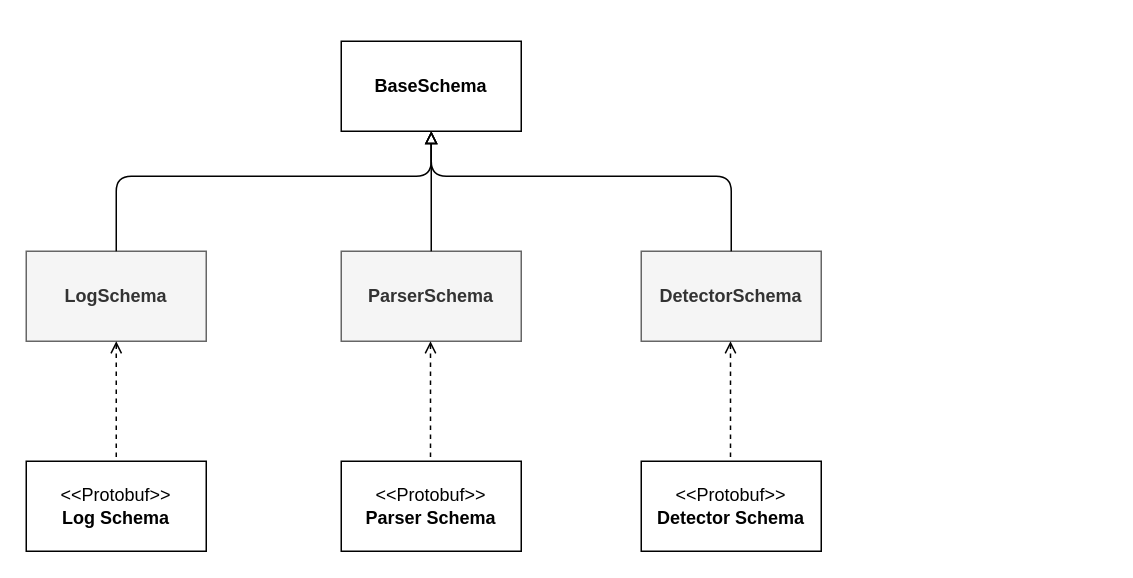
Earlier version of the draw.io diagram page "schema_uml" (1 of 3) of docs/diagrams.drawio (ait-detectmate/DetectMateLibrary). Source tidied: cells renumbered, new cells numbered last; positions are measured from the earlier drawing's top-left corner, leaving out a move shared by most shapes. Both pictures are drawn from the tidied source at 150%, with x=0, y=0 at pixel (26, 40).
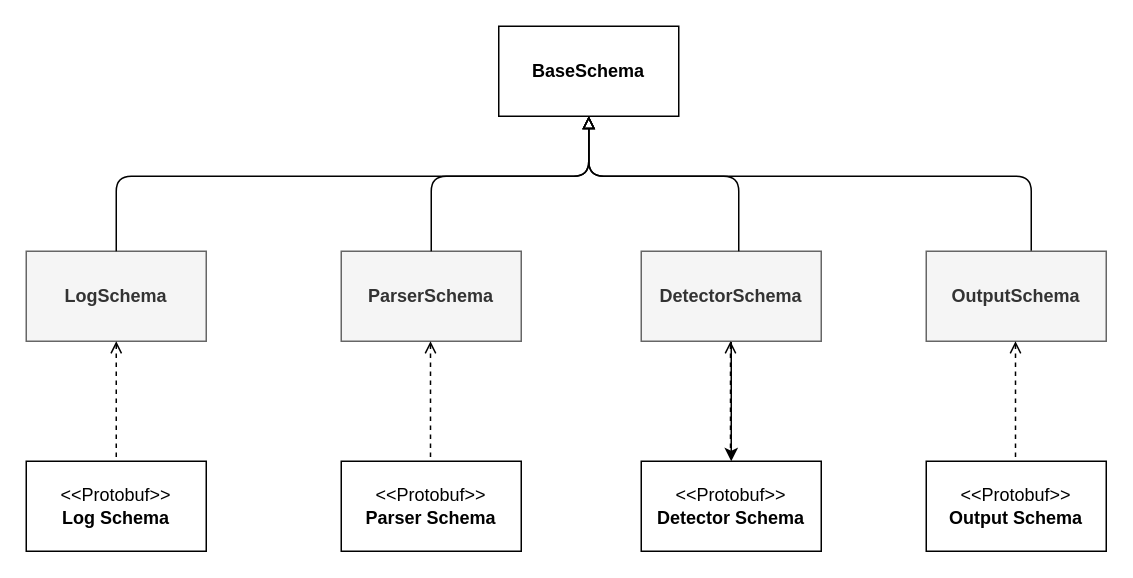
After the change.

The change refers to these unchanged cells:
```xml
<mxCell id="3" value="&lt;b&gt;LogSchema&lt;/b&gt;" style="rounded=0;whiteSpace=wrap;html=1;fillColor=#f5f5f5;fontColor=#333333;strokeColor=#666666;" parent="1" vertex="1">
  <mxGeometry y="140" width="120" height="60" as="geometry" />
</mxCell>
<mxCell id="4" value="&lt;b&gt;ParserSchema&lt;/b&gt;" style="rounded=0;whiteSpace=wrap;html=1;fillColor=#f5f5f5;fontColor=#333333;strokeColor=#666666;" parent="1" vertex="1">
  <mxGeometry x="210" y="140" width="120" height="60" as="geometry" />
</mxCell>
<mxCell id="5" value="&lt;b&gt;DetectorSchema&lt;/b&gt;" style="rounded=0;whiteSpace=wrap;html=1;fillColor=#f5f5f5;fontColor=#333333;strokeColor=#666666;" parent="1" vertex="1">
  <mxGeometry x="410" y="140" width="120" height="60" as="geometry" />
</mxCell>
<mxCell id="11" value="&amp;lt;&amp;lt;Protobuf&amp;gt;&amp;gt;&lt;div&gt;&lt;b&gt;Detector Schema&lt;/b&gt;&lt;/div&gt;" style="rounded=0;whiteSpace=wrap;html=1;" parent="1" vertex="1">
  <mxGeometry x="410" y="280" width="120" height="60" as="geometry" />
</mxCell>
```

The edit, as a diff of the source:
```diff
@@
     <mxCell id="2" value="&lt;b&gt;BaseSchema&lt;/b&gt;" style="rounded=0;whiteSpace=wrap;html=1;" parent="1" vertex="1">
-      <mxGeometry x="210" width="120" height="60" as="geometry" />
+      <mxGeometry x="315" y="-10" width="120" height="60" as="geometry" />
     </mxCell>
@@
+    <mxCell id="15" style="edgeStyle=none;html=1;" parent="1" edge="1" source="5" target="11">
+      <mxGeometry relative="1" as="geometry" />
+    </mxCell>
@@
     <mxCell id="6" style="endArrow=block;html=1;exitX=0.5;exitY=0;exitDx=0;exitDy=0;entryX=0.5;entryY=1;entryDx=0;entryDy=0;endFill=0;" parent="1" edge="1" source="3" target="2">
       <mxGeometry relative="1" as="geometry">
         <Array as="points">
           <mxPoint x="60" y="90" />
-          <mxPoint x="270" y="90" />
+          <mxPoint x="375" y="90" />
         </Array>
       </mxGeometry>
     </mxCell>
-    <mxCell id="7" style="endArrow=block;html=1;exitX=0.5;exitY=0;exitDx=0;exitDy=0;entryX=0.5;entryY=1;entryDx=0;entryDy=0;endFill=0;" parent="1" edge="1" source="5">
+    <mxCell id="7" style="endArrow=block;html=1;exitX=0.5;exitY=0;exitDx=0;exitDy=0;entryX=0.5;entryY=1;entryDx=0;entryDy=0;endFill=0;" parent="1" edge="1" target="2">
       <mxGeometry relative="1" as="geometry">
-        <mxPoint x="270" y="60" as="targetPoint" />
+        <mxPoint x="670" y="140" as="sourcePoint" />
         <Array as="points">
-          <mxPoint x="470" y="90" />
-          <mxPoint x="270" y="90" />
+          <mxPoint x="670" y="90" />
+          <mxPoint x="375" y="90" />
         </Array>
       </mxGeometry>
     </mxCell>
-    <mxCell id="8" style="endArrow=block;html=1;exitX=0.5;exitY=0;exitDx=0;exitDy=0;entryX=0.5;entryY=1;entryDx=0;entryDy=0;endFill=0;" parent="1" edge="1" source="4" target="2">
-      <mxGeometry relative="1" as="geometry" />
-    </mxCell>
@@
+    <mxCell id="16" value="&lt;b&gt;OutputSchema&lt;/b&gt;" style="rounded=0;whiteSpace=wrap;html=1;fillColor=#f5f5f5;fontColor=#333333;strokeColor=#666666;" parent="1" vertex="1">
+      <mxGeometry x="600" y="140" width="120" height="60" as="geometry" />
+    </mxCell>
+    <mxCell id="17" value="&amp;lt;&amp;lt;Protobuf&amp;gt;&amp;gt;&lt;div&gt;&lt;b&gt;Output Schema&lt;/b&gt;&lt;/div&gt;" style="rounded=0;whiteSpace=wrap;html=1;" parent="1" vertex="1">
+      <mxGeometry x="600" y="280" width="120" height="60" as="geometry" />
+    </mxCell>
+    <mxCell id="18" style="endArrow=none;html=1;exitX=0.5;exitY=1;exitDx=0;exitDy=0;entryX=0.5;entryY=0;entryDx=0;entryDy=0;endFill=0;startArrow=open;startFill=0;dashed=1;" parent="1" edge="1">
+      <mxGeometry relative="1" as="geometry">
+        <mxPoint x="659.5" y="200" as="sourcePoint" />
+        <mxPoint x="659.5" y="280" as="targetPoint" />
+      </mxGeometry>
+    </mxCell>
+    <mxCell id="19" style="endArrow=block;html=1;exitX=0.5;exitY=0;exitDx=0;exitDy=0;entryX=0.5;entryY=1;entryDx=0;entryDy=0;endFill=0;" parent="1" edge="1" target="2">
+      <mxGeometry relative="1" as="geometry">
+        <mxPoint x="270" y="140" as="sourcePoint" />
+        <Array as="points">
+          <mxPoint x="270" y="90" />
+          <mxPoint x="375" y="90" />
+        </Array>
+      </mxGeometry>
+    </mxCell>
+    <mxCell id="20" style="endArrow=block;html=1;exitX=0.5;exitY=0;exitDx=0;exitDy=0;entryX=0.5;entryY=1;entryDx=0;entryDy=0;endFill=0;" parent="1" edge="1" target="2">
+      <mxGeometry relative="1" as="geometry">
+        <mxPoint x="475" y="140" as="sourcePoint" />
+        <Array as="points">
+          <mxPoint x="475" y="90" />
+          <mxPoint x="375" y="90" />
+        </Array>
+      </mxGeometry>
+    </mxCell>
```
